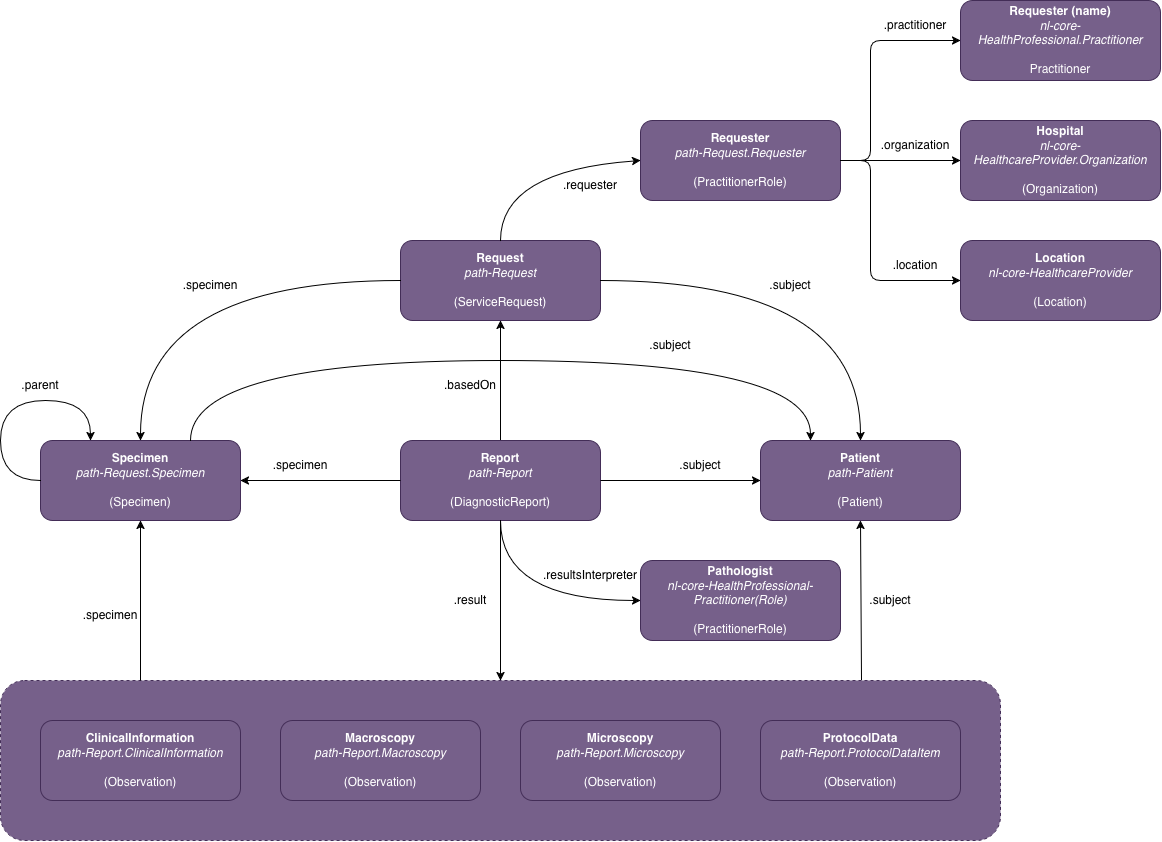
The draw.io diagram guides/medmij-r4-pathology-ig/images/Overview FHIR profiles.png in Stichting-MedMij/MedMij-R4-Pathology, before a commit. Source tidied: cells renumbered, new cells last; positions are measured from the earlier drawing's top-left corner, leaving out a move shared by most shapes. Its diagram source:
```xml
<mxGraphModel>
  <root>
    <mxCell id="0" />
    <mxCell id="1" parent="0" />
    <mxCell id="2" style="rounded=1;whiteSpace=wrap;html=1;fillColor=light-dark(#76608a, #514561);dashed=1;fontColor=#ffffff;strokeColor=#432D57;" parent="1" vertex="1">
      <mxGeometry y="680" width="1000" height="160" as="geometry" />
    </mxCell>
    <mxCell id="3" style="endArrow=classic;html=1;rounded=0;exitX=0.5;exitY=0;exitDx=0;exitDy=0;entryX=0.5;entryY=1;entryDx=0;entryDy=0;jumpStyle=none;" parent="1" edge="1" source="7" target="6">
      <mxGeometry relative="1" as="geometry" />
    </mxCell>
    <mxCell id="4" value="&lt;div&gt;&lt;b&gt;Patient&lt;/b&gt;&lt;/div&gt;&lt;div&gt;&lt;i&gt;path-Patient&lt;/i&gt;&lt;/div&gt;&lt;div&gt;&lt;br&gt;&lt;/div&gt;&lt;div&gt;(Patient)&lt;/div&gt;" style="rounded=1;whiteSpace=wrap;html=1;fillColor=#76608a;strokeColor=#432D57;fontColor=#ffffff;" parent="1" vertex="1">
      <mxGeometry x="760" y="440" width="200" height="80" as="geometry" />
    </mxCell>
    <mxCell id="5" value="&lt;div&gt;&lt;b&gt;Requester&lt;/b&gt;&lt;/div&gt;&lt;div&gt;&lt;i&gt;path-Request.Requester&lt;/i&gt;&lt;/div&gt;&lt;div&gt;&lt;br&gt;&lt;/div&gt;&lt;div&gt;(PractitionerRole)&lt;/div&gt;" style="rounded=1;whiteSpace=wrap;html=1;fillColor=#76608a;fontColor=#ffffff;strokeColor=#432D57;" parent="1" vertex="1">
      <mxGeometry x="640" y="120" width="200" height="80" as="geometry" />
    </mxCell>
    <mxCell id="6" value="&lt;div&gt;&lt;b&gt;Request&lt;/b&gt;&lt;/div&gt;&lt;div&gt;&lt;i&gt;path-Request&lt;/i&gt;&lt;/div&gt;&lt;div&gt;&lt;br&gt;&lt;/div&gt;&lt;div&gt;(ServiceRequest)&lt;/div&gt;" style="rounded=1;whiteSpace=wrap;html=1;fillColor=#76608a;fontColor=#ffffff;strokeColor=#432D57;" parent="1" vertex="1">
      <mxGeometry x="400" y="240" width="200" height="80" as="geometry" />
    </mxCell>
    <mxCell id="7" value="&lt;div&gt;&lt;b&gt;Report&lt;/b&gt;&lt;/div&gt;&lt;div&gt;&lt;i&gt;path-Report&lt;/i&gt;&lt;/div&gt;&lt;div&gt;&lt;br&gt;&lt;/div&gt;&lt;div&gt;(DiagnosticReport)&lt;/div&gt;" style="rounded=1;whiteSpace=wrap;html=1;fillColor=#76608a;fontColor=#ffffff;strokeColor=#432D57;" parent="1" vertex="1">
      <mxGeometry x="400" y="440" width="200" height="80" as="geometry" />
    </mxCell>
    <mxCell id="8" value="&lt;div&gt;&lt;b&gt;Pathologist&lt;/b&gt;&lt;/div&gt;&lt;div&gt;&lt;i&gt;nl-core-HealthProfessional-Practitioner(Role)&lt;/i&gt;&lt;/div&gt;&lt;div&gt;&lt;br&gt;&lt;/div&gt;&lt;div&gt;(PractitionerRole)&lt;/div&gt;" style="rounded=1;whiteSpace=wrap;html=1;fillColor=#76608a;fontColor=#ffffff;strokeColor=#432D57;" parent="1" vertex="1">
      <mxGeometry x="640" y="560" width="200" height="80" as="geometry" />
    </mxCell>
    <mxCell id="9" style="endArrow=classic;html=1;rounded=0;entryX=0;entryY=0.5;entryDx=0;entryDy=0;exitX=1;exitY=0.5;exitDx=0;exitDy=0;" parent="1" edge="1" source="7" target="4">
      <mxGeometry relative="1" as="geometry" />
    </mxCell>
    <mxCell id="10" style="endArrow=classic;html=1;rounded=0;entryX=0;entryY=0.5;entryDx=0;entryDy=0;exitX=0.5;exitY=0;exitDx=0;exitDy=0;curved=1;" parent="1" edge="1" source="6" target="5">
      <mxGeometry relative="1" as="geometry">
        <Array as="points">
          <mxPoint x="500" y="170" />
        </Array>
      </mxGeometry>
    </mxCell>
    <mxCell id="11" style="endArrow=classic;html=1;rounded=0;exitX=1;exitY=0.5;exitDx=0;exitDy=0;entryX=0.5;entryY=0;entryDx=0;entryDy=0;curved=1;" parent="1" edge="1" source="6" target="4">
      <mxGeometry relative="1" as="geometry">
        <Array as="points">
          <mxPoint x="860" y="280" />
        </Array>
      </mxGeometry>
    </mxCell>
    <mxCell id="12" value="&lt;div&gt;&lt;b&gt;Specimen&lt;/b&gt;&lt;/div&gt;&lt;div&gt;&lt;i&gt;path-Request.Specimen&lt;/i&gt;&lt;/div&gt;&lt;div&gt;&lt;br&gt;&lt;/div&gt;&lt;div&gt;(Specimen)&lt;/div&gt;" style="rounded=1;whiteSpace=wrap;html=1;fillColor=#76608a;fontColor=#ffffff;strokeColor=#432D57;" parent="1" vertex="1">
      <mxGeometry x="40" y="440" width="200" height="80" as="geometry" />
    </mxCell>
    <mxCell id="13" style="endArrow=classic;html=1;rounded=0;exitX=0.5;exitY=1;exitDx=0;exitDy=0;entryX=0;entryY=0.5;entryDx=0;entryDy=0;curved=1;" parent="1" edge="1" source="7" target="8">
      <mxGeometry relative="1" as="geometry">
        <Array as="points">
          <mxPoint x="500" y="600" />
        </Array>
      </mxGeometry>
    </mxCell>
    <mxCell id="14" style="endArrow=classic;html=1;rounded=0;exitX=0;exitY=0.5;exitDx=0;exitDy=0;entryX=1;entryY=0.5;entryDx=0;entryDy=0;" parent="1" edge="1" source="7" target="12">
      <mxGeometry relative="1" as="geometry" />
    </mxCell>
    <mxCell id="15" style="endArrow=classic;html=1;rounded=0;exitX=0;exitY=0.5;exitDx=0;exitDy=0;entryX=0.5;entryY=0;entryDx=0;entryDy=0;curved=1;" parent="1" edge="1" source="6" target="12">
      <mxGeometry relative="1" as="geometry">
        <Array as="points">
          <mxPoint x="140" y="280" />
        </Array>
      </mxGeometry>
    </mxCell>
    <mxCell id="16" value="&lt;div&gt;&lt;b&gt;Macroscopy&lt;/b&gt;&lt;/div&gt;&lt;div&gt;&lt;i&gt;path-Report.Macroscopy&lt;/i&gt;&lt;/div&gt;&lt;div&gt;&lt;br&gt;&lt;/div&gt;&lt;div&gt;(Observation)&lt;/div&gt;" style="rounded=1;whiteSpace=wrap;html=1;fillColor=#76608a;fontColor=#ffffff;strokeColor=#432D57;" parent="1" vertex="1">
      <mxGeometry x="280" y="720" width="200" height="80" as="geometry" />
    </mxCell>
    <mxCell id="17" value="&lt;div&gt;&lt;b&gt;ClinicalInformation&lt;/b&gt;&lt;/div&gt;&lt;div&gt;&lt;i&gt;path-Report.ClinicalInformation&lt;/i&gt;&lt;/div&gt;&lt;div&gt;&lt;br&gt;&lt;/div&gt;&lt;div&gt;(Observation)&lt;/div&gt;" style="rounded=1;whiteSpace=wrap;html=1;fillColor=#76608a;fontColor=#ffffff;strokeColor=#432D57;" parent="1" vertex="1">
      <mxGeometry x="40" y="720" width="200" height="80" as="geometry" />
    </mxCell>
    <mxCell id="18" value="&lt;div&gt;&lt;b&gt;Microscopy&lt;/b&gt;&lt;/div&gt;&lt;div&gt;&lt;i&gt;path-Report.Microscopy&lt;/i&gt;&lt;/div&gt;&lt;div&gt;&lt;br&gt;&lt;/div&gt;&lt;div&gt;(Observation)&lt;/div&gt;" style="rounded=1;whiteSpace=wrap;html=1;fillColor=#76608a;fontColor=#ffffff;strokeColor=#432D57;" parent="1" vertex="1">
      <mxGeometry x="520" y="720" width="200" height="80" as="geometry" />
    </mxCell>
    <mxCell id="19" value="&lt;div&gt;&lt;b&gt;ProtocolData&lt;/b&gt;&lt;/div&gt;&lt;div&gt;&lt;i&gt;path-Report.ProtocolDataItem&lt;/i&gt;&lt;/div&gt;&lt;div&gt;&lt;br&gt;&lt;/div&gt;&lt;div&gt;(Observation)&lt;/div&gt;" style="rounded=1;whiteSpace=wrap;html=1;fillColor=#76608a;fontColor=#ffffff;strokeColor=#432D57;" parent="1" vertex="1">
      <mxGeometry x="760" y="720" width="200" height="80" as="geometry" />
    </mxCell>
    <mxCell id="20" style="endArrow=classic;html=1;rounded=0;exitX=0.75;exitY=0;exitDx=0;exitDy=0;entryX=0.25;entryY=0;entryDx=0;entryDy=0;curved=1;flowAnimation=0;shadow=0;noJump=0;startSize=6;" parent="1" edge="1" source="12" target="4">
      <mxGeometry relative="1" as="geometry">
        <Array as="points">
          <mxPoint x="190" y="360" />
          <mxPoint x="810" y="360" />
        </Array>
      </mxGeometry>
    </mxCell>
    <mxCell id="21" style="endArrow=classic;html=1;rounded=0;exitX=0;exitY=0.5;exitDx=0;exitDy=0;entryX=0.25;entryY=0;entryDx=0;entryDy=0;curved=1;" parent="1" edge="1" source="12" target="12">
      <mxGeometry relative="1" as="geometry">
        <Array as="points">
          <mxPoint y="480" />
          <mxPoint y="400" />
          <mxPoint x="90" y="400" />
        </Array>
      </mxGeometry>
    </mxCell>
    <mxCell id="22" value=".requester" style="text;html=1;whiteSpace=wrap;strokeColor=none;fillColor=none;align=center;verticalAlign=middle;rounded=0;" parent="1" vertex="1">
      <mxGeometry x="560" y="170" width="60" height="30" as="geometry" />
    </mxCell>
    <mxCell id="23" value=".specimen" style="text;html=1;whiteSpace=wrap;strokeColor=none;fillColor=none;align=center;verticalAlign=middle;rounded=0;" parent="1" vertex="1">
      <mxGeometry x="180" y="270" width="60" height="30" as="geometry" />
    </mxCell>
    <mxCell id="24" value=".specimen" style="text;html=1;whiteSpace=wrap;strokeColor=none;fillColor=none;align=center;verticalAlign=middle;rounded=0;" parent="1" vertex="1">
      <mxGeometry x="80" y="600" width="60" height="30" as="geometry" />
    </mxCell>
    <mxCell id="25" value=".specimen" style="text;html=1;whiteSpace=wrap;strokeColor=none;fillColor=none;align=center;verticalAlign=middle;rounded=0;" parent="1" vertex="1">
      <mxGeometry x="270" y="450" width="60" height="30" as="geometry" />
    </mxCell>
    <mxCell id="26" value=".parent" style="text;html=1;whiteSpace=wrap;strokeColor=none;fillColor=none;align=center;verticalAlign=middle;rounded=0;" parent="1" vertex="1">
      <mxGeometry x="10" y="370" width="60" height="30" as="geometry" />
    </mxCell>
    <mxCell id="27" value=".subject" style="text;html=1;whiteSpace=wrap;strokeColor=none;fillColor=none;align=center;verticalAlign=middle;rounded=0;" parent="1" vertex="1">
      <mxGeometry x="670" y="450" width="60" height="30" as="geometry" />
    </mxCell>
    <mxCell id="28" value=".subject" style="text;html=1;whiteSpace=wrap;strokeColor=none;fillColor=none;align=center;verticalAlign=middle;rounded=0;" parent="1" vertex="1">
      <mxGeometry x="760" y="270" width="60" height="30" as="geometry" />
    </mxCell>
    <mxCell id="29" value=".subject" style="text;html=1;whiteSpace=wrap;strokeColor=none;fillColor=none;align=center;verticalAlign=middle;rounded=0;" parent="1" vertex="1">
      <mxGeometry x="640" y="330" width="60" height="30" as="geometry" />
    </mxCell>
    <mxCell id="30" value=".subject" style="text;html=1;whiteSpace=wrap;strokeColor=none;fillColor=none;align=center;verticalAlign=middle;rounded=0;" parent="1" vertex="1">
      <mxGeometry x="860" y="585" width="60" height="30" as="geometry" />
    </mxCell>
    <mxCell id="31" value=".result" style="text;html=1;whiteSpace=wrap;strokeColor=none;fillColor=none;align=center;verticalAlign=middle;rounded=0;" parent="1" vertex="1">
      <mxGeometry x="440" y="585" width="60" height="30" as="geometry" />
    </mxCell>
    <mxCell id="32" value=".resultsInterpreter" style="text;html=1;whiteSpace=wrap;strokeColor=none;fillColor=none;align=center;verticalAlign=middle;rounded=0;" parent="1" vertex="1">
      <mxGeometry x="560" y="560" width="60" height="30" as="geometry" />
    </mxCell>
    <mxCell id="33" style="endArrow=classic;html=1;rounded=0;exitX=0.5;exitY=1;exitDx=0;exitDy=0;entryX=0.5;entryY=0;entryDx=0;entryDy=0;" parent="1" edge="1" source="7" target="2">
      <mxGeometry relative="1" as="geometry" />
    </mxCell>
    <mxCell id="34" value=".basedOn" style="text;html=1;whiteSpace=wrap;strokeColor=none;fillColor=none;align=center;verticalAlign=middle;rounded=0;" parent="1" vertex="1">
      <mxGeometry x="440" y="370" width="60" height="30" as="geometry" />
    </mxCell>
    <mxCell id="35" value="&lt;div&gt;&lt;b&gt;Location&lt;/b&gt;&lt;/div&gt;&lt;div&gt;&lt;i&gt;nl-core-HealthcareProvider&lt;/i&gt;&lt;/div&gt;&lt;div&gt;&lt;br&gt;&lt;/div&gt;&lt;div&gt;(Location)&lt;/div&gt;" style="rounded=1;whiteSpace=wrap;html=1;fillColor=#76608a;fontColor=#ffffff;strokeColor=#432D57;" parent="1" vertex="1">
      <mxGeometry x="960" y="240" width="200" height="80" as="geometry" />
    </mxCell>
    <mxCell id="36" value="&lt;div&gt;&lt;b&gt;Hospital&lt;/b&gt;&lt;/div&gt;&lt;div&gt;&lt;i&gt;nl-core-HealthcareProvider.Organization&lt;/i&gt;&lt;/div&gt;&lt;div&gt;&lt;br&gt;&lt;/div&gt;&lt;div&gt;(Organization)&lt;/div&gt;" style="rounded=1;whiteSpace=wrap;html=1;fillColor=#76608a;fontColor=#ffffff;strokeColor=#432D57;" parent="1" vertex="1">
      <mxGeometry x="960" y="120" width="200" height="80" as="geometry" />
    </mxCell>
    <mxCell id="37" value="&lt;div&gt;&lt;b&gt;Requester (name)&lt;/b&gt;&lt;/div&gt;&lt;div&gt;&lt;i&gt;nl-core-HealthProfessional.Practitioner&lt;/i&gt;&lt;/div&gt;&lt;div&gt;&lt;br&gt;&lt;/div&gt;Practitioner" style="rounded=1;whiteSpace=wrap;html=1;fillColor=#76608a;fontColor=#ffffff;strokeColor=#432D57;" parent="1" vertex="1">
      <mxGeometry x="960" width="200" height="80" as="geometry" />
    </mxCell>
    <mxCell id="38" style="endArrow=classic;html=1;rounded=0;entryX=0;entryY=0.5;entryDx=0;entryDy=0;exitX=1;exitY=0.5;exitDx=0;exitDy=0;" parent="1" edge="1" source="5" target="36">
      <mxGeometry relative="1" as="geometry" />
    </mxCell>
    <mxCell id="39" style="endArrow=classic;html=1;rounded=1;entryX=0;entryY=0.5;entryDx=0;entryDy=0;exitX=1;exitY=0.5;exitDx=0;exitDy=0;curved=0;" parent="1" edge="1" source="5" target="35">
      <mxGeometry relative="1" as="geometry">
        <Array as="points">
          <mxPoint x="870" y="160" />
          <mxPoint x="870" y="280" />
        </Array>
      </mxGeometry>
    </mxCell>
    <mxCell id="40" style="endArrow=classic;html=1;rounded=1;entryX=0;entryY=0.5;entryDx=0;entryDy=0;exitX=1;exitY=0.5;exitDx=0;exitDy=0;curved=0;" parent="1" edge="1" source="5" target="37">
      <mxGeometry relative="1" as="geometry">
        <Array as="points">
          <mxPoint x="870" y="160" />
          <mxPoint x="870" y="40" />
        </Array>
      </mxGeometry>
    </mxCell>
    <mxCell id="41" value=".practitioner" style="text;html=1;whiteSpace=wrap;strokeColor=none;fillColor=none;align=center;verticalAlign=middle;rounded=0;" parent="1" vertex="1">
      <mxGeometry x="870" y="10" width="90" height="30" as="geometry" />
    </mxCell>
    <mxCell id="42" value=".location" style="text;html=1;whiteSpace=wrap;strokeColor=none;fillColor=none;align=center;verticalAlign=middle;rounded=0;" parent="1" vertex="1">
      <mxGeometry x="870" y="250" width="90" height="30" as="geometry" />
    </mxCell>
    <mxCell id="43" value=".organization" style="text;html=1;whiteSpace=wrap;strokeColor=none;fillColor=none;align=center;verticalAlign=middle;rounded=0;" parent="1" vertex="1">
      <mxGeometry x="870" y="130" width="90" height="30" as="geometry" />
    </mxCell>
    <mxCell id="44" style="endArrow=classic;html=1;rounded=0;entryX=0.5;entryY=1;entryDx=0;entryDy=0;exitX=0.861;exitY=-0.003;exitDx=0;exitDy=0;exitPerimeter=0;" parent="1" edge="1" source="2" target="4">
      <mxGeometry relative="1" as="geometry" />
    </mxCell>
    <mxCell id="45" style="endArrow=classic;html=1;rounded=0;exitX=0.14;exitY=0;exitDx=0;exitDy=0;exitPerimeter=0;" parent="1" edge="1" source="2" target="12">
      <mxGeometry relative="1" as="geometry" />
    </mxCell>
  </root>
</mxGraphModel>
```
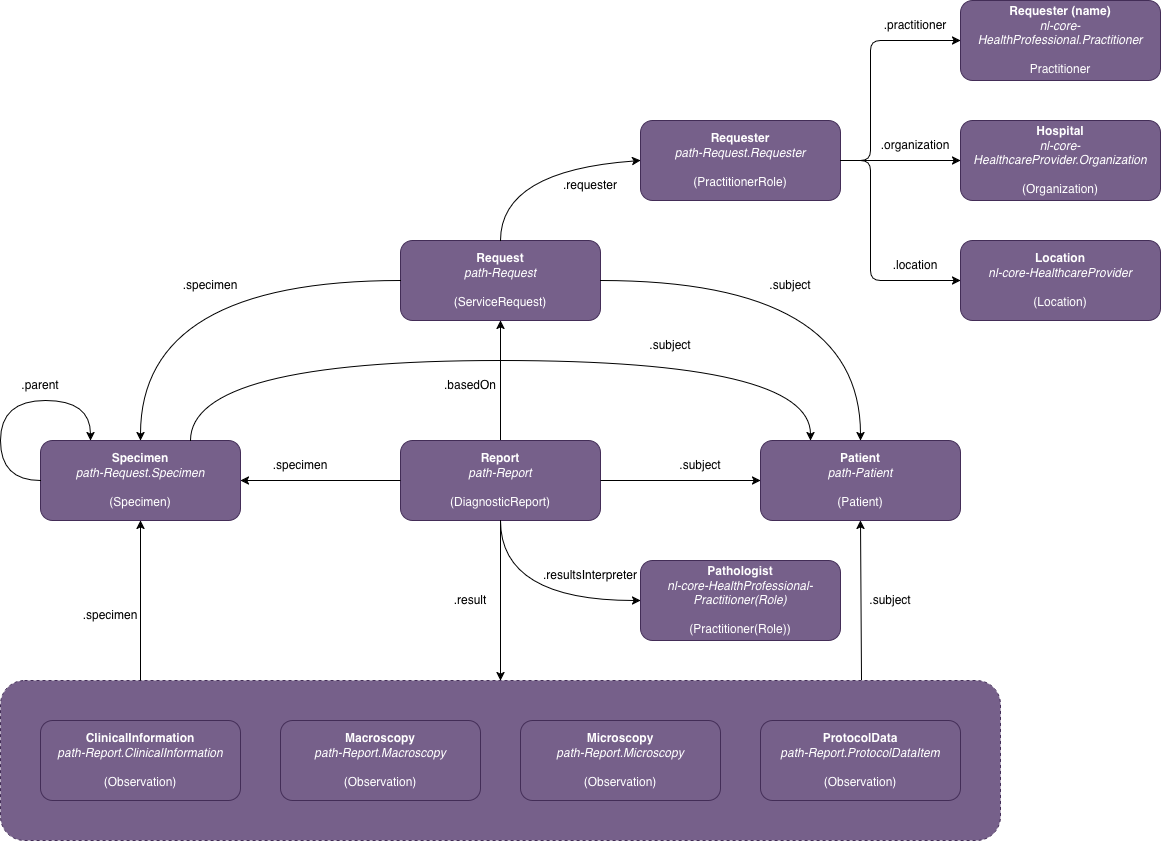
After the change.

Commit message:
PG-346: Updated FHIR profiles overview, textual finetuning

Change to the diagram source:
```diff
@@ -20,7 +20,7 @@
     <mxCell id="7" value="&lt;div&gt;&lt;b&gt;Report&lt;/b&gt;&lt;/div&gt;&lt;div&gt;&lt;i&gt;path-Report&lt;/i&gt;&lt;/div&gt;&lt;div&gt;&lt;br&gt;&lt;/div&gt;&lt;div&gt;(DiagnosticReport)&lt;/div&gt;" style="rounded=1;whiteSpace=wrap;html=1;fillColor=#76608a;fontColor=#ffffff;strokeColor=#432D57;" parent="1" vertex="1">
       <mxGeometry x="400" y="440" width="200" height="80" as="geometry" />
     </mxCell>
-    <mxCell id="8" value="&lt;div&gt;&lt;b&gt;Pathologist&lt;/b&gt;&lt;/div&gt;&lt;div&gt;&lt;i&gt;nl-core-HealthProfessional-Practitioner(Role)&lt;/i&gt;&lt;/div&gt;&lt;div&gt;&lt;br&gt;&lt;/div&gt;&lt;div&gt;(PractitionerRole)&lt;/div&gt;" style="rounded=1;whiteSpace=wrap;html=1;fillColor=#76608a;fontColor=#ffffff;strokeColor=#432D57;" parent="1" vertex="1">
+    <mxCell id="8" value="&lt;div&gt;&lt;b&gt;Pathologist&lt;/b&gt;&lt;/div&gt;&lt;div&gt;&lt;i&gt;nl-core-HealthProfessional-Practitioner(Role)&lt;/i&gt;&lt;/div&gt;&lt;div&gt;&lt;br&gt;&lt;/div&gt;&lt;div&gt;(Practitioner(Role))&lt;/div&gt;" style="rounded=1;whiteSpace=wrap;html=1;fillColor=#76608a;fontColor=#ffffff;strokeColor=#432D57;" parent="1" vertex="1">
       <mxGeometry x="640" y="560" width="200" height="80" as="geometry" />
     </mxCell>
     <mxCell id="9" style="endArrow=classic;html=1;rounded=0;entryX=0;entryY=0.5;entryDx=0;entryDy=0;exitX=1;exitY=0.5;exitDx=0;exitDy=0;" parent="1" edge="1" source="7" target="4">
```
